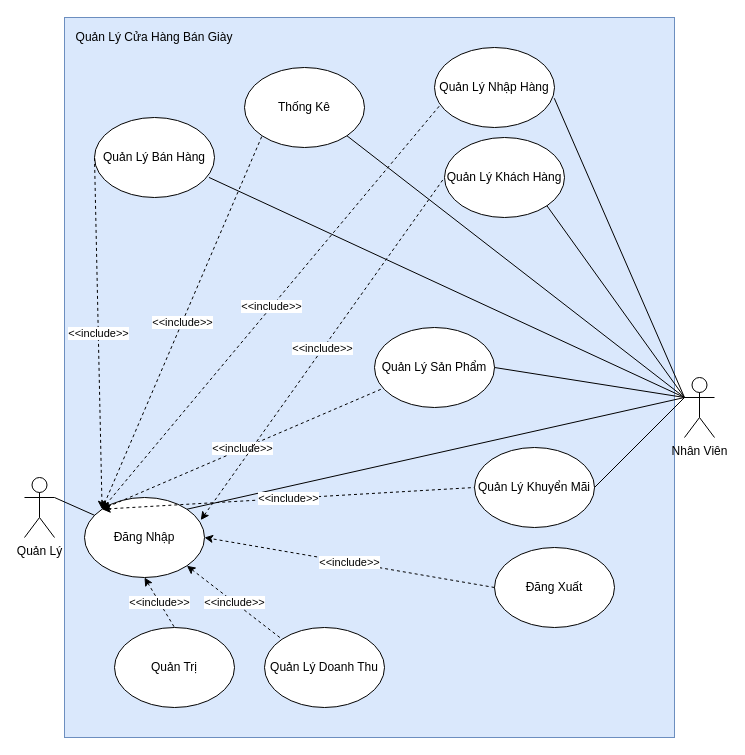
maivantai2003/Database keeps this draw.io diagram as UseCase3.drawio. Above is the earlier version. Source tidied: cells renumbered, new cells numbered last; positions are measured from the earlier drawing's top-left corner, leaving out a move shared by most shapes. Both pictures are drawn from the tidied source at 100%, with x=0, y=0 at pixel (24, 17).
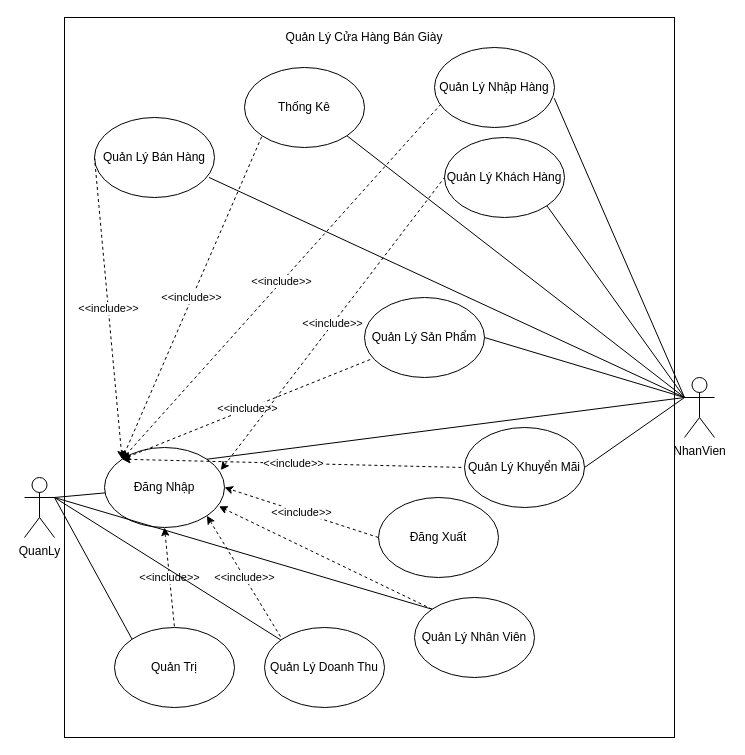
The same diagram, later.

Commit message:
Cập nhật UseCase3.drawio

The change refers to these unchanged cells:
```xml
<mxCell id="11" value="Quản Lý Doanh Thu" style="ellipse;whiteSpace=wrap;html=1;" parent="1" vertex="1">
  <mxGeometry x="240" y="610" width="120" height="80" as="geometry" />
</mxCell>
<mxCell id="12" value="Quản Trị" style="ellipse;whiteSpace=wrap;html=1;" parent="1" vertex="1">
  <mxGeometry x="90" y="610" width="120" height="80" as="geometry" />
</mxCell>
```

Change to the diagram source:
```diff
@@
-    <mxCell id="2" style="rounded=0;whiteSpace=wrap;html=1;fillColor=#dae8fc;strokeColor=#6c8ebf;" parent="1" vertex="1">
+    <mxCell id="2" style="rounded=0;whiteSpace=wrap;html=1;" parent="1" vertex="1">
       <mxGeometry x="40" width="610" height="720" as="geometry" />
     </mxCell>
-    <mxCell id="3" value="Nhân Viên" style="shape=umlActor;verticalLabelPosition=bottom;verticalAlign=top;html=1;outlineConnect=0;" parent="1" vertex="1">
+    <mxCell id="3" value="NhanVien" style="shape=umlActor;verticalLabelPosition=bottom;verticalAlign=top;html=1;outlineConnect=0;" parent="1" vertex="1">
       <mxGeometry x="660" y="360" width="30" height="60" as="geometry" />
     </mxCell>
     <mxCell id="4" value="Đăng Nhập" style="ellipse;whiteSpace=wrap;html=1;" parent="1" vertex="1">
-      <mxGeometry x="60" y="480" width="120" height="80" as="geometry" />
+      <mxGeometry x="80" y="430" width="120" height="80" as="geometry" />
     </mxCell>
     <mxCell id="5" value="Đăng Xuất" style="ellipse;whiteSpace=wrap;html=1;" parent="1" vertex="1">
-      <mxGeometry x="470" y="530" width="120" height="80" as="geometry" />
+      <mxGeometry x="354" y="480" width="120" height="80" as="geometry" />
     </mxCell>
@@
-    <mxCell id="9" value="Quản Lý" style="shape=umlActor;verticalLabelPosition=bottom;verticalAlign=top;html=1;outlineConnect=0;" parent="1" vertex="1">
+    <mxCell id="9" value="QuanLy" style="shape=umlActor;verticalLabelPosition=bottom;verticalAlign=top;html=1;outlineConnect=0;" parent="1" vertex="1">
       <mxGeometry y="460" width="30" height="60" as="geometry" />
     </mxCell>
@@
     <mxCell id="18" value="Quản Lý Khuyển Mãi" style="ellipse;whiteSpace=wrap;html=1;" parent="1" vertex="1">
-      <mxGeometry x="450" y="430" width="120" height="80" as="geometry" />
+      <mxGeometry x="440" y="410" width="120" height="80" as="geometry" />
     </mxCell>
@@
     <mxCell id="21" value="Quản Lý Sản Phẩm" style="ellipse;whiteSpace=wrap;html=1;" parent="1" vertex="1">
-      <mxGeometry x="350" y="310" width="120" height="80" as="geometry" />
+      <mxGeometry x="340" y="280" width="120" height="80" as="geometry" />
     </mxCell>
@@
     <mxCell id="32" value="Quản Lý Cửa Hàng Bán Giày" style="text;html=1;strokeColor=none;fillColor=none;align=center;verticalAlign=middle;whiteSpace=wrap;rounded=0;" parent="1" vertex="1">
-      <mxGeometry x="10" y="10" width="240" height="20" as="geometry" />
+      <mxGeometry x="220" y="10" width="240" height="20" as="geometry" />
     </mxCell>
+    <mxCell id="33" style="endArrow=none;html=1;rounded=0;entryX=0;entryY=0;entryDx=0;entryDy=0;endFill=0;" parent="1" edge="1" target="12">
+      <mxGeometry relative="1" as="geometry">
+        <mxPoint x="30" y="480" as="sourcePoint" />
+      </mxGeometry>
+    </mxCell>
+    <mxCell id="34" style="endArrow=none;html=1;rounded=0;exitX=1;exitY=0.3333333333333333;exitDx=0;exitDy=0;exitPerimeter=0;startArrow=none;startFill=0;endFill=0;" parent="1" edge="1" source="9" target="11">
+      <mxGeometry relative="1" as="geometry" />
+    </mxCell>
+    <mxCell id="35" value="Quản Lý Nhân Viên" style="ellipse;whiteSpace=wrap;html=1;" parent="1" vertex="1">
+      <mxGeometry x="390" y="580" width="120" height="80" as="geometry" />
+    </mxCell>
+    <mxCell id="36" style="endArrow=none;html=1;rounded=0;entryX=0;entryY=0;entryDx=0;entryDy=0;endFill=0;" parent="1" edge="1" target="35">
+      <mxGeometry relative="1" as="geometry">
+        <mxPoint x="30" y="480" as="sourcePoint" />
+      </mxGeometry>
+    </mxCell>
+    <mxCell id="37" style="endArrow=classic;html=1;rounded=0;exitX=0;exitY=0;exitDx=0;exitDy=0;entryX=0.954;entryY=0.736;entryDx=0;entryDy=0;entryPerimeter=0;dashed=1;" parent="1" edge="1" source="35" target="4">
+      <mxGeometry relative="1" as="geometry" />
+    </mxCell>
```
